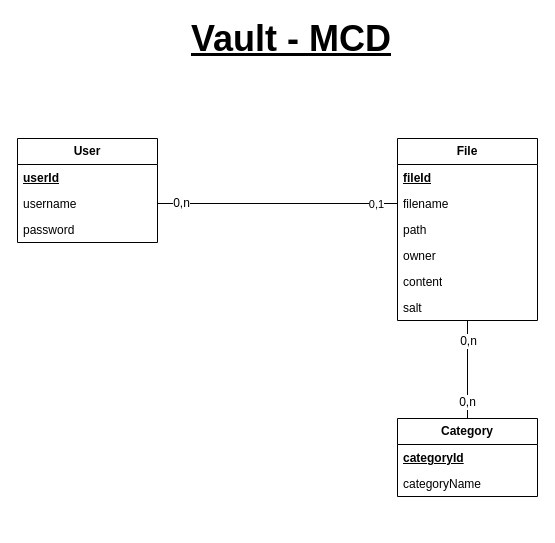
The draw.io diagram page "MCD" (1 of 3) of Vault-Merise.drawio in JeromePrevotat/Vault, before the edit. Source tidied: cells renumbered, new cells numbered last; positions are measured from the earlier drawing's top-left corner, leaving out a move shared by most shapes. Both pictures are drawn from the tidied source at 100%, with x=0, y=0 at pixel (17, 18).
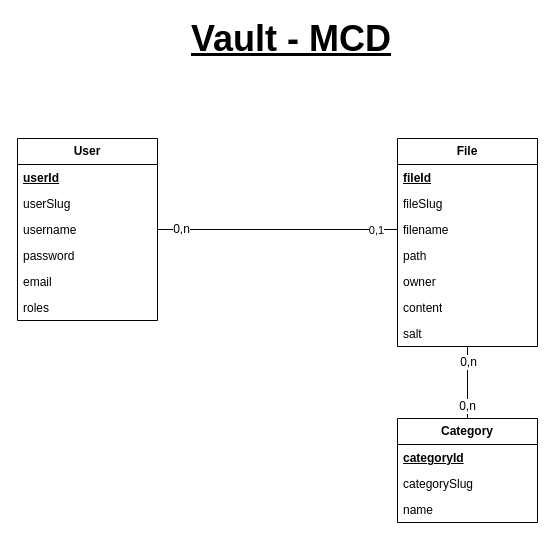
Above is the later version.

Diff of the diagram source:
```diff
@@
     <mxCell id="3" value="&lt;b&gt;User&lt;/b&gt;" style="swimlane;fontStyle=0;horizontal=1;startSize=26;fillColor=none;whiteSpace=wrap;html=1;" parent="1" vertex="1">
-      <mxGeometry y="120" width="140" height="104" as="geometry" />
+      <mxGeometry y="120" width="140" height="182" as="geometry" />
     </mxCell>
@@
+    <mxCell id="23" value="userSlug" style="text;strokeColor=none;fillColor=none;align=left;verticalAlign=top;spacingLeft=4;spacingRight=4;overflow=hidden;whiteSpace=wrap;html=1;" parent="3" vertex="1">
+      <mxGeometry y="52" width="140" height="26" as="geometry" />
+    </mxCell>
     <mxCell id="5" value="u&lt;span style=&quot;background-color: transparent; color: light-dark(rgb(0, 0, 0), rgb(255, 255, 255));&quot;&gt;sername&lt;/span&gt;" style="text;strokeColor=none;fillColor=none;align=left;verticalAlign=top;spacingLeft=4;spacingRight=4;overflow=hidden;points=[[0,0.5],[1,0.5]];portConstraint=eastwest;whiteSpace=wrap;html=1;" parent="3" vertex="1">
-      <mxGeometry y="52" width="140" height="26" as="geometry" />
+      <mxGeometry y="78" width="140" height="26" as="geometry" />
     </mxCell>
     <mxCell id="6" value="password" style="text;strokeColor=none;fillColor=none;align=left;verticalAlign=top;spacingLeft=4;spacingRight=4;overflow=hidden;whiteSpace=wrap;html=1;" parent="3" vertex="1">
-      <mxGeometry y="78" width="140" height="26" as="geometry" />
+      <mxGeometry y="104" width="140" height="26" as="geometry" />
     </mxCell>
+    <mxCell id="24" value="email" style="text;strokeColor=none;fillColor=none;align=left;verticalAlign=top;spacingLeft=4;spacingRight=4;overflow=hidden;whiteSpace=wrap;html=1;" parent="3" vertex="1">
+      <mxGeometry y="130" width="140" height="26" as="geometry" />
+    </mxCell>
+    <mxCell id="25" value="roles" style="text;strokeColor=none;fillColor=none;align=left;verticalAlign=top;spacingLeft=4;spacingRight=4;overflow=hidden;whiteSpace=wrap;html=1;" parent="3" vertex="1">
+      <mxGeometry y="156" width="140" height="26" as="geometry" />
+    </mxCell>
@@
     <mxCell id="10" value="&lt;b&gt;File&lt;/b&gt;" style="swimlane;fontStyle=0;horizontal=1;startSize=26;fillColor=none;whiteSpace=wrap;html=1;" parent="1" vertex="1">
-      <mxGeometry x="380" y="120" width="140" height="182" as="geometry" />
+      <mxGeometry x="380" y="120" width="140" height="208" as="geometry" />
     </mxCell>
@@
+    <mxCell id="26" value="fileSlug" style="text;strokeColor=none;fillColor=none;align=left;verticalAlign=top;spacingLeft=4;spacingRight=4;overflow=hidden;whiteSpace=wrap;html=1;" parent="10" vertex="1">
+      <mxGeometry y="52" width="140" height="26" as="geometry" />
+    </mxCell>
     <mxCell id="12" value="filename" style="text;strokeColor=none;fillColor=none;align=left;verticalAlign=top;spacingLeft=4;spacingRight=4;overflow=hidden;points=[[0,0.5],[1,0.5]];portConstraint=eastwest;whiteSpace=wrap;html=1;" parent="10" vertex="1">
-      <mxGeometry y="52" width="140" height="26" as="geometry" />
+      <mxGeometry y="78" width="140" height="26" as="geometry" />
     </mxCell>
     <mxCell id="13" value="path" style="text;strokeColor=none;fillColor=none;align=left;verticalAlign=top;spacingLeft=4;spacingRight=4;overflow=hidden;whiteSpace=wrap;html=1;" parent="10" vertex="1">
-      <mxGeometry y="78" width="140" height="26" as="geometry" />
+      <mxGeometry y="104" width="140" height="26" as="geometry" />
     </mxCell>
     <mxCell id="14" value="owner" style="text;strokeColor=none;fillColor=none;align=left;verticalAlign=top;spacingLeft=4;spacingRight=4;overflow=hidden;whiteSpace=wrap;html=1;" parent="10" vertex="1">
-      <mxGeometry y="104" width="140" height="26" as="geometry" />
+      <mxGeometry y="130" width="140" height="26" as="geometry" />
     </mxCell>
     <mxCell id="15" value="content" style="text;strokeColor=none;fillColor=none;align=left;verticalAlign=top;spacingLeft=4;spacingRight=4;overflow=hidden;whiteSpace=wrap;html=1;" parent="10" vertex="1">
-      <mxGeometry y="130" width="140" height="26" as="geometry" />
+      <mxGeometry y="156" width="140" height="26" as="geometry" />
     </mxCell>
     <mxCell id="16" value="salt" style="text;strokeColor=none;fillColor=none;align=left;verticalAlign=top;spacingLeft=4;spacingRight=4;overflow=hidden;whiteSpace=wrap;html=1;" parent="10" vertex="1">
-      <mxGeometry y="156" width="140" height="26" as="geometry" />
+      <mxGeometry y="182" width="140" height="26" as="geometry" />
     </mxCell>
@@
     <mxCell id="20" value="&lt;b&gt;Category&lt;/b&gt;" style="swimlane;fontStyle=0;horizontal=1;startSize=26;fillColor=none;whiteSpace=wrap;html=1;" parent="1" vertex="1">
-      <mxGeometry x="380" y="400" width="140" height="78" as="geometry" />
+      <mxGeometry x="380" y="400" width="140" height="104" as="geometry" />
     </mxCell>
@@
+    <mxCell id="27" value="categorySlug" style="text;strokeColor=none;fillColor=none;align=left;verticalAlign=top;spacingLeft=4;spacingRight=4;overflow=hidden;whiteSpace=wrap;html=1;" parent="20" vertex="1">
+      <mxGeometry y="52" width="140" height="26" as="geometry" />
+    </mxCell>
-    <mxCell id="22" value="categoryName" style="text;strokeColor=none;fillColor=none;align=left;verticalAlign=top;spacingLeft=4;spacingRight=4;overflow=hidden;whiteSpace=wrap;html=1;" parent="20" vertex="1">
-      <mxGeometry y="52" width="140" height="26" as="geometry" />
+    <mxCell id="22" value="name" style="text;strokeColor=none;fillColor=none;align=left;verticalAlign=top;spacingLeft=4;spacingRight=4;overflow=hidden;whiteSpace=wrap;html=1;" parent="20" vertex="1">
+      <mxGeometry y="78" width="140" height="26" as="geometry" />
     </mxCell>
```
